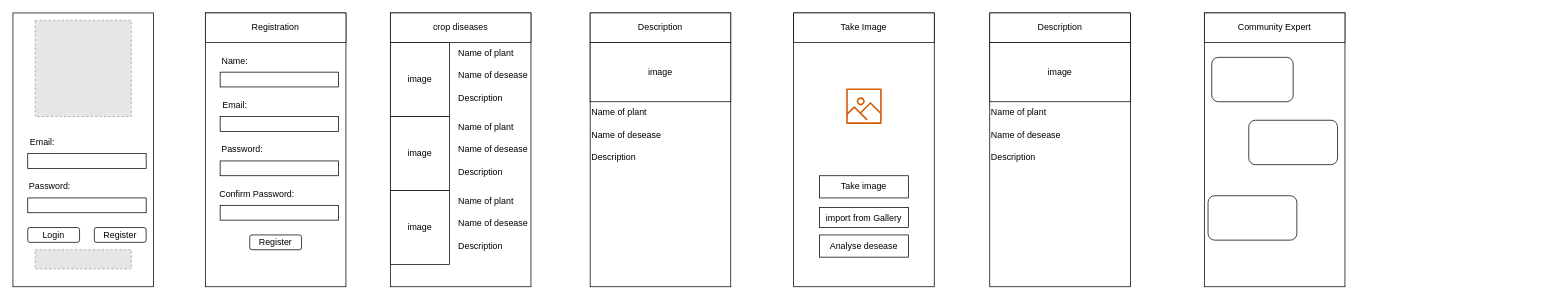
This is agriidetect/Untitled Diagram.drawio from XpertBotTeam/crop_disease_mobile, a draw.io file, before an edit. Source tidied: cells renumbered, new cells numbered last; positions are measured from the earlier drawing's top-left corner, leaving out a move shared by most shapes. Both pictures are drawn from the tidied source at 74%, with x=0, y=0 at pixel (13, 13). Pictures stored in the file or linked from it are replaced by grey dashed boxes.
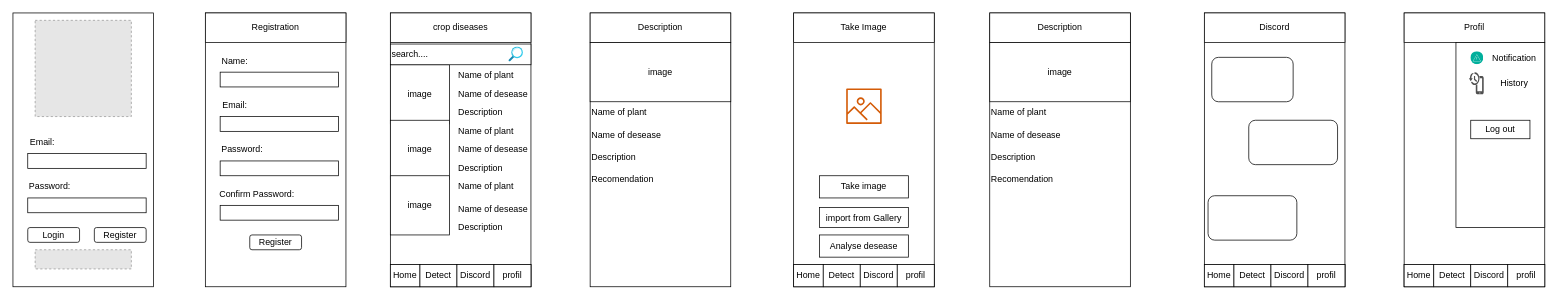
The same page after the edit.

What changed in the source:
```diff
@@
     <mxCell id="24" value="image" style="rounded=0;whiteSpace=wrap;html=1;" parent="1" vertex="1">
-      <mxGeometry x="510" y="40" width="80" height="100" as="geometry" />
+      <mxGeometry x="510" y="70" width="80" height="80" as="geometry" />
     </mxCell>
     <mxCell id="25" value="Name of plant" style="text;html=1;strokeColor=none;fillColor=none;align=left;verticalAlign=middle;whiteSpace=wrap;rounded=0;" parent="1" vertex="1">
-      <mxGeometry x="600" y="40" width="100" height="30" as="geometry" />
+      <mxGeometry x="600" y="70" width="100" height="30" as="geometry" />
     </mxCell>
     <mxCell id="26" value="Name of desease" style="text;html=1;strokeColor=none;fillColor=none;align=left;verticalAlign=middle;whiteSpace=wrap;rounded=0;" parent="1" vertex="1">
-      <mxGeometry x="600" y="70" width="100" height="30" as="geometry" />
+      <mxGeometry x="600" y="95" width="100" height="30" as="geometry" />
     </mxCell>
     <mxCell id="27" value="Description" style="text;html=1;strokeColor=none;fillColor=none;align=left;verticalAlign=middle;whiteSpace=wrap;rounded=0;" parent="1" vertex="1">
-      <mxGeometry x="600" y="100" width="100" height="30" as="geometry" />
+      <mxGeometry x="600" y="120" width="100" height="30" as="geometry" />
     </mxCell>
     <mxCell id="28" value="image" style="rounded=0;whiteSpace=wrap;html=1;" parent="1" vertex="1">
-      <mxGeometry x="510" y="140" width="80" height="100" as="geometry" />
+      <mxGeometry x="510" y="145" width="80" height="80" as="geometry" />
     </mxCell>
     <mxCell id="29" value="Name of plant" style="text;html=1;strokeColor=none;fillColor=none;align=left;verticalAlign=middle;whiteSpace=wrap;rounded=0;" parent="1" vertex="1">
-      <mxGeometry x="600" y="140" width="100" height="30" as="geometry" />
+      <mxGeometry x="600" y="145" width="100" height="30" as="geometry" />
     </mxCell>
@@
     <mxCell id="31" value="Description" style="text;html=1;strokeColor=none;fillColor=none;align=left;verticalAlign=middle;whiteSpace=wrap;rounded=0;" parent="1" vertex="1">
-      <mxGeometry x="600" y="200" width="100" height="30" as="geometry" />
+      <mxGeometry x="600" y="195" width="100" height="30" as="geometry" />
     </mxCell>
     <mxCell id="32" value="image" style="rounded=0;whiteSpace=wrap;html=1;" parent="1" vertex="1">
-      <mxGeometry x="510" y="240" width="80" height="100" as="geometry" />
+      <mxGeometry x="510" y="220" width="80" height="80" as="geometry" />
     </mxCell>
     <mxCell id="33" value="Name of plant" style="text;html=1;strokeColor=none;fillColor=none;align=left;verticalAlign=middle;whiteSpace=wrap;rounded=0;" parent="1" vertex="1">
-      <mxGeometry x="600" y="240" width="100" height="30" as="geometry" />
+      <mxGeometry x="600" y="220" width="100" height="30" as="geometry" />
     </mxCell>
     <mxCell id="34" value="Name of desease" style="text;html=1;strokeColor=none;fillColor=none;align=left;verticalAlign=middle;whiteSpace=wrap;rounded=0;" parent="1" vertex="1">
-      <mxGeometry x="600" y="270" width="100" height="30" as="geometry" />
+      <mxGeometry x="600" y="250" width="100" height="30" as="geometry" />
     </mxCell>
     <mxCell id="35" value="Description" style="text;html=1;strokeColor=none;fillColor=none;align=left;verticalAlign=middle;whiteSpace=wrap;rounded=0;" parent="1" vertex="1">
-      <mxGeometry x="600" y="300" width="100" height="30" as="geometry" />
+      <mxGeometry x="600" y="275" width="100" height="30" as="geometry" />
     </mxCell>
@@
-    <mxCell id="55" value="Community Expert" style="rounded=0;whiteSpace=wrap;html=1;" parent="1" vertex="1">
+    <mxCell id="55" value="Discord" style="rounded=0;whiteSpace=wrap;html=1;" parent="1" vertex="1">
       <mxGeometry x="1610" width="190" height="40" as="geometry" />
     </mxCell>
@@
+    <mxCell id="59" value="search...." style="rounded=0;whiteSpace=wrap;html=1;align=left;" parent="1" vertex="1">
+      <mxGeometry x="510" y="42" width="190" height="28" as="geometry" />
+    </mxCell>
+    <mxCell id="60" style="image;html=1;align=center;fontSize=12;image=img/lib/azure2/general/Search.svg;" parent="1" vertex="1">
+      <mxGeometry x="670" y="46" width="19.7" height="20" as="geometry" />
+    </mxCell>
+    <mxCell id="61" value="Recomendation" style="text;html=1;strokeColor=none;fillColor=none;align=left;verticalAlign=middle;whiteSpace=wrap;rounded=0;" parent="1" vertex="1">
+      <mxGeometry x="780" y="210" width="100" height="30" as="geometry" />
+    </mxCell>
+    <mxCell id="62" value="Recomendation" style="text;html=1;strokeColor=none;fillColor=none;align=left;verticalAlign=middle;whiteSpace=wrap;rounded=0;" parent="1" vertex="1">
+      <mxGeometry x="1320" y="210" width="100" height="30" as="geometry" />
+    </mxCell>
+    <mxCell id="63" style="rounded=0;whiteSpace=wrap;html=1;imageAspect=0;" parent="1" vertex="1">
+      <mxGeometry x="1880" width="190" height="370" as="geometry" />
+    </mxCell>
+    <mxCell id="64" value="Profil" style="rounded=0;whiteSpace=wrap;html=1;" parent="1" vertex="1">
+      <mxGeometry x="1880" width="190" height="40" as="geometry" />
+    </mxCell>
+    <mxCell id="65" style="rounded=0;whiteSpace=wrap;html=1;" parent="1" vertex="1">
+      <mxGeometry x="510" y="340" width="190" height="30" as="geometry" />
+    </mxCell>
+    <mxCell id="66" value="Home" style="rounded=0;whiteSpace=wrap;html=1;" parent="1" vertex="1">
+      <mxGeometry x="510" y="340" width="40" height="30" as="geometry" />
+    </mxCell>
+    <mxCell id="67" value="Detect" style="rounded=0;whiteSpace=wrap;html=1;" parent="1" vertex="1">
+      <mxGeometry x="550" y="340" width="50" height="30" as="geometry" />
+    </mxCell>
+    <mxCell id="68" value="Discord" style="rounded=0;whiteSpace=wrap;html=1;" parent="1" vertex="1">
+      <mxGeometry x="600" y="340" width="50" height="30" as="geometry" />
+    </mxCell>
+    <mxCell id="69" value="profil" style="rounded=0;whiteSpace=wrap;html=1;" parent="1" vertex="1">
+      <mxGeometry x="650" y="340" width="50" height="30" as="geometry" />
+    </mxCell>
+    <mxCell id="70" style="rounded=0;whiteSpace=wrap;html=1;" parent="1" vertex="1">
+      <mxGeometry x="1055" y="340" width="190" height="30" as="geometry" />
+    </mxCell>
+    <mxCell id="71" value="Home" style="rounded=0;whiteSpace=wrap;html=1;" parent="1" vertex="1">
+      <mxGeometry x="1055" y="340" width="40" height="30" as="geometry" />
+    </mxCell>
+    <mxCell id="72" value="Detect" style="rounded=0;whiteSpace=wrap;html=1;" parent="1" vertex="1">
+      <mxGeometry x="1095" y="340" width="50" height="30" as="geometry" />
+    </mxCell>
+    <mxCell id="73" value="Discord" style="rounded=0;whiteSpace=wrap;html=1;" parent="1" vertex="1">
+      <mxGeometry x="1145" y="340" width="50" height="30" as="geometry" />
+    </mxCell>
+    <mxCell id="74" value="profil" style="rounded=0;whiteSpace=wrap;html=1;" parent="1" vertex="1">
+      <mxGeometry x="1195" y="340" width="50" height="30" as="geometry" />
+    </mxCell>
+    <mxCell id="75" style="rounded=0;whiteSpace=wrap;html=1;" parent="1" vertex="1">
+      <mxGeometry x="1610" y="340" width="190" height="30" as="geometry" />
+    </mxCell>
+    <mxCell id="76" value="Home" style="rounded=0;whiteSpace=wrap;html=1;" parent="1" vertex="1">
+      <mxGeometry x="1610" y="340" width="40" height="30" as="geometry" />
+    </mxCell>
+    <mxCell id="77" value="Detect" style="rounded=0;whiteSpace=wrap;html=1;" parent="1" vertex="1">
+      <mxGeometry x="1650" y="340" width="50" height="30" as="geometry" />
+    </mxCell>
+    <mxCell id="78" value="Discord" style="rounded=0;whiteSpace=wrap;html=1;" parent="1" vertex="1">
+      <mxGeometry x="1700" y="340" width="50" height="30" as="geometry" />
+    </mxCell>
+    <mxCell id="79" value="profil" style="rounded=0;whiteSpace=wrap;html=1;" parent="1" vertex="1">
+      <mxGeometry x="1750" y="340" width="50" height="30" as="geometry" />
+    </mxCell>
+    <mxCell id="80" style="rounded=0;whiteSpace=wrap;html=1;" parent="1" vertex="1">
+      <mxGeometry x="1880" y="340" width="190" height="30" as="geometry" />
+    </mxCell>
+    <mxCell id="81" value="Home" style="rounded=0;whiteSpace=wrap;html=1;" parent="1" vertex="1">
+      <mxGeometry x="1880" y="340" width="40" height="30" as="geometry" />
+    </mxCell>
+    <mxCell id="82" value="Detect" style="rounded=0;whiteSpace=wrap;html=1;" parent="1" vertex="1">
+      <mxGeometry x="1920" y="340" width="50" height="30" as="geometry" />
+    </mxCell>
+    <mxCell id="83" value="Discord" style="rounded=0;whiteSpace=wrap;html=1;" parent="1" vertex="1">
+      <mxGeometry x="1970" y="340" width="50" height="30" as="geometry" />
+    </mxCell>
+    <mxCell id="84" value="profil" style="rounded=0;whiteSpace=wrap;html=1;" parent="1" vertex="1">
+      <mxGeometry x="2020" y="340" width="50" height="30" as="geometry" />
+    </mxCell>
+    <mxCell id="85" style="rounded=0;whiteSpace=wrap;html=1;" parent="1" vertex="1">
+      <mxGeometry x="1950" y="40" width="120" height="250" as="geometry" />
+    </mxCell>
+    <mxCell id="86" value="Notification" style="text;html=1;strokeColor=none;fillColor=none;align=center;verticalAlign=middle;whiteSpace=wrap;rounded=0;" parent="1" vertex="1">
+      <mxGeometry x="1998.8" y="46" width="60" height="30" as="geometry" />
+    </mxCell>
+    <mxCell id="87" style="image;perimeter=ellipsePerimeter;html=1;align=center;shadow=0;dashed=0;fontColor=#4277BB;labelBackgroundColor=default;fontSize=12;spacingTop=3;image=img/lib/ibm/management/alert_notification.svg;" parent="1" vertex="1">
+      <mxGeometry x="1970" y="52.2" width="17.5" height="17.5" as="geometry" />
+    </mxCell>
+    <mxCell id="88" style="sketch=0;shadow=0;dashed=0;html=1;strokeColor=none;labelPosition=center;verticalLabelPosition=bottom;verticalAlign=top;align=center;fillColor=#505050;shape=mxgraph.mscae.intune.device_history;" parent="1" vertex="1">
+      <mxGeometry x="1967.5" y="80" width="20" height="30" as="geometry" />
+    </mxCell>
+    <mxCell id="89" value="History" style="text;html=1;strokeColor=none;fillColor=none;align=center;verticalAlign=middle;whiteSpace=wrap;rounded=0;" parent="1" vertex="1">
+      <mxGeometry x="1998.8" y="80" width="60" height="30" as="geometry" />
+    </mxCell>
+    <mxCell id="90" value="Log out" style="rounded=0;whiteSpace=wrap;html=1;" parent="1" vertex="1">
+      <mxGeometry x="1970" y="145" width="80" height="25" as="geometry" />
+    </mxCell>
```
